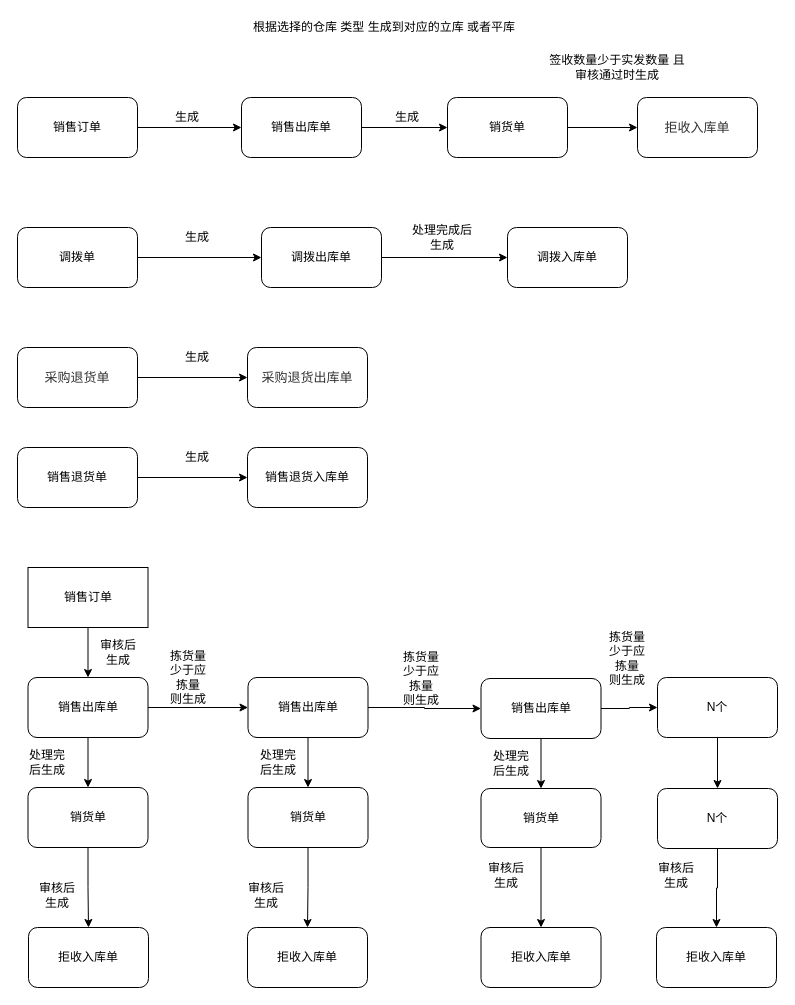
The draw.io diagram Untitled Diagram.drawio in ywspace/vs, before the edit. Source tidied: cells renumbered, new cells numbered last; positions are measured from the earlier drawing's top-left corner, leaving out a move shared by most shapes. Both pictures are drawn from the tidied source at 100%, with x=0, y=0 at pixel (17, 17).
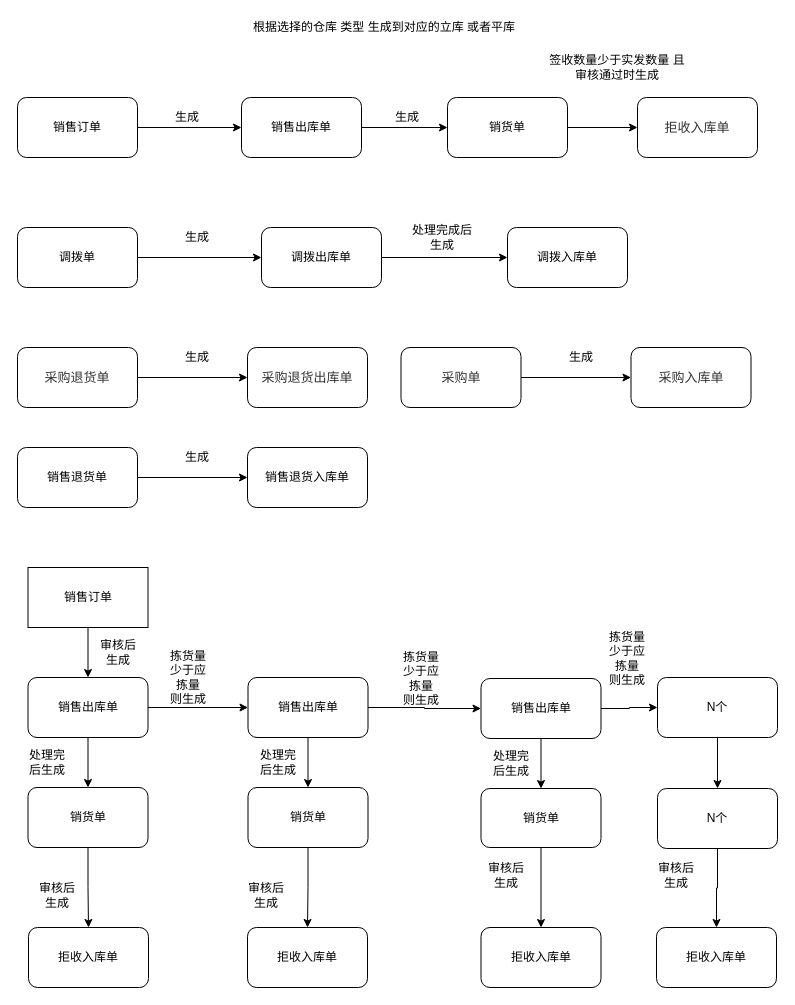
The same diagram, later.

Change to the diagram source:
```diff
@@
+    <mxCell id="64" style="edgeStyle=orthogonalEdgeStyle;rounded=0;jettySize=auto;html=1;exitX=1;exitY=0.5;exitDx=0;exitDy=0;entryX=0;entryY=0.5;entryDx=0;entryDy=0;" parent="1" edge="1" source="65" target="66">
+      <mxGeometry relative="1" as="geometry" />
+    </mxCell>
+    <mxCell id="65" value="&lt;span style=&quot;color: rgb(51 , 51 , 51) ; font-family: &amp;#34;microsoftyahei&amp;#34; , , sans-serif ; font-size: 13px&quot;&gt;采购单&lt;/span&gt;" style="rounded=1;whiteSpace=wrap;html=1;" parent="1" vertex="1">
+      <mxGeometry x="383.5" y="330" width="120" height="60" as="geometry" />
+    </mxCell>
+    <mxCell id="66" value="&lt;span style=&quot;color: rgb(51 , 51 , 51) ; font-family: &amp;#34;microsoftyahei&amp;#34; , , sans-serif ; font-size: 13px&quot;&gt;采购入库单&lt;/span&gt;" style="rounded=1;whiteSpace=wrap;html=1;" parent="1" vertex="1">
+      <mxGeometry x="613.5" y="330" width="120" height="60" as="geometry" />
+    </mxCell>
+    <mxCell id="67" value="生成" style="text;html=1;strokeColor=none;fillColor=none;align=center;verticalAlign=middle;whiteSpace=wrap;rounded=0;" parent="1" vertex="1">
+      <mxGeometry x="543.5" y="330" width="40" height="20" as="geometry" />
+    </mxCell>
```
